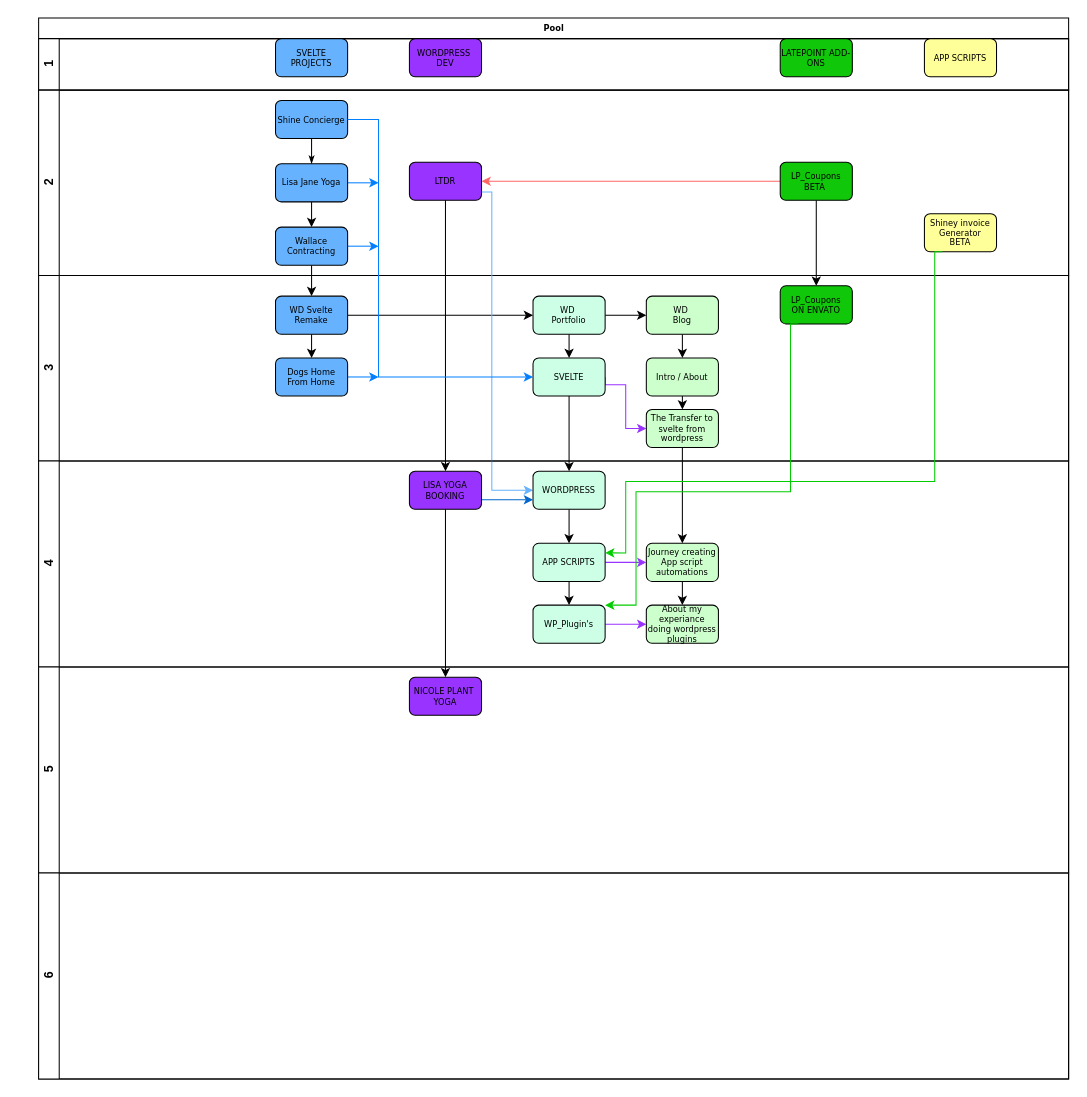
The draw.io diagram Untitled Diagram.drawio in weedavedev/pathway, before the edit. Source tidied: cells renumbered, new cells numbered last; positions are measured from the earlier drawing's top-left corner, leaving out a move shared by most shapes. Both pictures are drawn from the tidied source at 103%, with x=0, y=0 at pixel (38, 18).
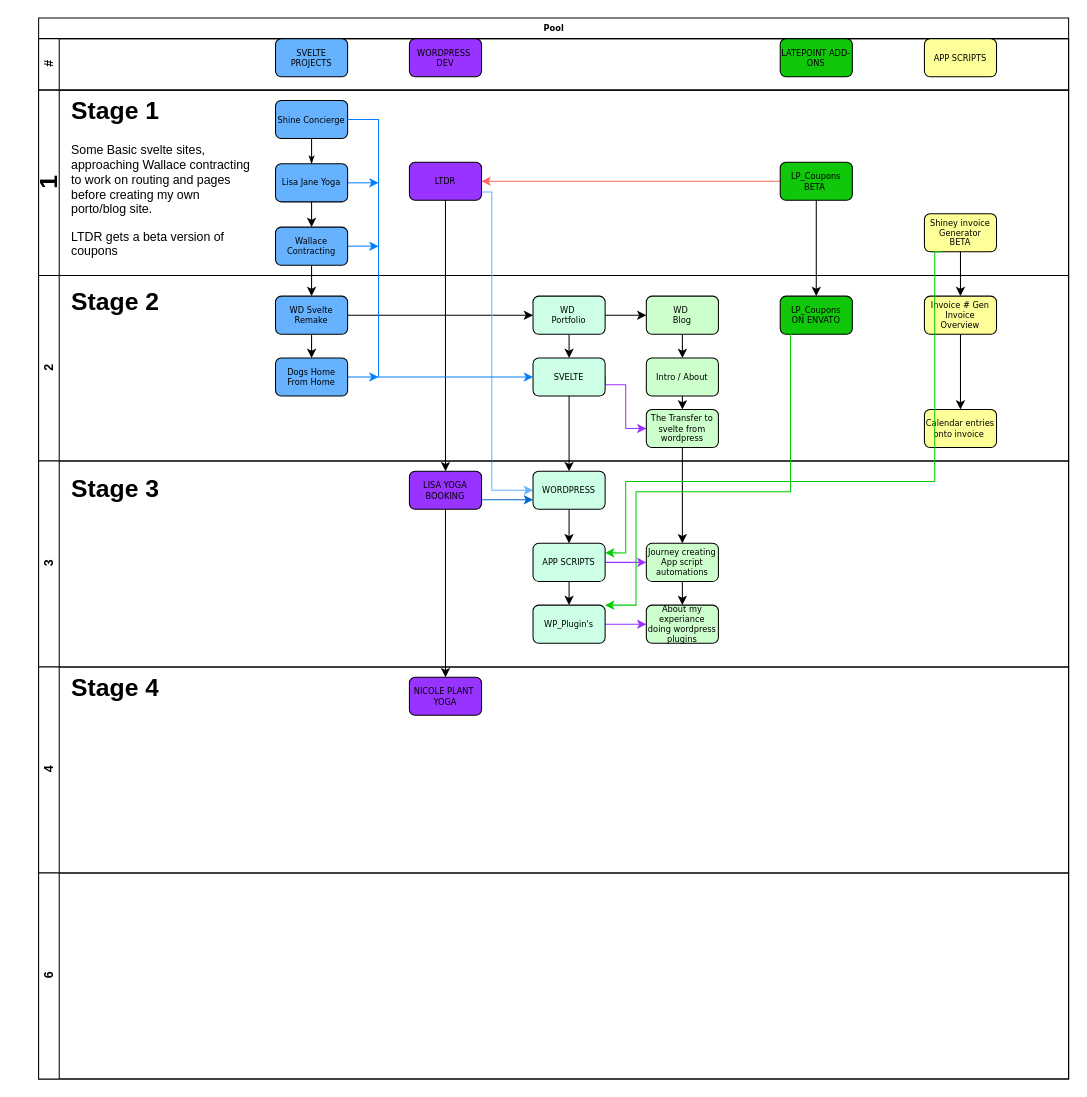
The same page after the edit.

Commit message:
Added about section for each stage

Unchanged cells that the change refers to:
```xml
<mxCell id="2" value="Pool" style="swimlane;html=1;horizontal=1;startSize=20;rounded=0;shadow=0;labelBackgroundColor=none;strokeWidth=1;fontFamily=Verdana;fontSize=8;align=center;" parent="1" vertex="1">
  <mxGeometry width="1000" height="1030" as="geometry" />
</mxCell>
<mxCell id="17" value="Shiney invoice Generator&lt;br&gt;BETA" style="rounded=1;whiteSpace=wrap;html=1;shadow=0;labelBackgroundColor=none;strokeWidth=1;fontFamily=Verdana;fontSize=8;align=center;fillColor=#FFFF99;" parent="10" vertex="1">
  <mxGeometry x="860" y="120" width="70" height="37" as="geometry" />
</mxCell>
```

Change to the diagram source:
```diff
@@
-    <mxCell id="3" value="1" style="swimlane;html=1;startSize=20;horizontal=0;" parent="2" vertex="1">
+    <mxCell id="3" value="#" style="swimlane;html=1;startSize=20;horizontal=0;" parent="2" vertex="1">
       <mxGeometry y="20" width="1000" height="50" as="geometry" />
     </mxCell>
@@
-    <mxCell id="10" value="2" style="swimlane;html=1;startSize=20;horizontal=0;" parent="2" vertex="1">
+    <mxCell id="10" value="&lt;h1&gt;1&lt;/h1&gt;" style="swimlane;html=1;startSize=20;horizontal=0;" parent="2" vertex="1">
       <mxGeometry y="70" width="1000" height="180" as="geometry" />
     </mxCell>
@@
+    <mxCell id="66" value="&lt;h1 style=&quot;margin-top: 0px;&quot;&gt;Stage 1&lt;/h1&gt;&lt;p&gt;Some Basic svelte sites, approaching Wallace contracting to work on routing and pages before creating my own porto/blog site.&amp;nbsp;&lt;/p&gt;&lt;p&gt;LTDR gets a beta version of coupons&amp;nbsp;&lt;br&gt;&lt;br&gt;&lt;br&gt;&lt;/p&gt;" style="text;html=1;whiteSpace=wrap;overflow=hidden;rounded=0;" parent="10" vertex="1">
+      <mxGeometry x="30" width="180" height="170" as="geometry" />
+    </mxCell>
-    <mxCell id="22" value="3" style="swimlane;html=1;startSize=20;horizontal=0;" parent="2" vertex="1">
+    <mxCell id="22" value="2" style="swimlane;html=1;startSize=20;horizontal=0;" parent="2" vertex="1">
       <mxGeometry y="250" width="1000" height="180" as="geometry" />
     </mxCell>
@@
     <mxCell id="35" value="LP_Coupons&lt;br&gt;ON ENVATO" style="rounded=1;whiteSpace=wrap;html=1;shadow=0;labelBackgroundColor=none;strokeWidth=1;fontFamily=Verdana;fontSize=8;align=center;fillColor=#10C70A;" parent="22" vertex="1">
-      <mxGeometry x="720" y="10" width="70" height="37" as="geometry" />
+      <mxGeometry x="720" y="20" width="70" height="37" as="geometry" />
     </mxCell>
@@
+    <mxCell id="67" style="edgeStyle=orthogonalEdgeStyle;rounded=0;jettySize=auto;html=1;" parent="22" edge="1" source="68" target="69">
+      <mxGeometry relative="1" as="geometry" />
+    </mxCell>
+    <mxCell id="68" value="Invoice # Gen&lt;br&gt;Invoice Overview" style="rounded=1;whiteSpace=wrap;html=1;shadow=0;labelBackgroundColor=none;strokeWidth=1;fontFamily=Verdana;fontSize=8;align=center;fillColor=#FFFF99;" parent="22" vertex="1">
+      <mxGeometry x="860" y="20" width="70" height="37" as="geometry" />
+    </mxCell>
+    <mxCell id="69" value="Calendar entries onto invoice&amp;nbsp;" style="rounded=1;whiteSpace=wrap;html=1;shadow=0;labelBackgroundColor=none;strokeWidth=1;fontFamily=Verdana;fontSize=8;align=center;fillColor=#FFFF99;" parent="22" vertex="1">
+      <mxGeometry x="860" y="130" width="70" height="37" as="geometry" />
+    </mxCell>
+    <mxCell id="70" value="&lt;h1 style=&quot;margin-top: 0px;&quot;&gt;Stage 2&lt;/h1&gt;&lt;p&gt;&lt;br&gt;&lt;/p&gt;&lt;p&gt;&lt;br&gt;&lt;br&gt;&lt;/p&gt;" style="text;html=1;whiteSpace=wrap;overflow=hidden;rounded=0;" parent="22" vertex="1">
+      <mxGeometry x="30" y="5" width="180" height="170" as="geometry" />
+    </mxCell>
@@
-    <mxCell id="40" value="4" style="swimlane;html=1;startSize=20;horizontal=0;" parent="2" vertex="1">
+    <mxCell id="40" value="3" style="swimlane;html=1;startSize=20;horizontal=0;" parent="2" vertex="1">
       <mxGeometry y="430" width="1000" height="200" as="geometry" />
     </mxCell>
@@
+    <mxCell id="71" value="&lt;h1 style=&quot;margin-top: 0px;&quot;&gt;Stage 3&lt;/h1&gt;&lt;p&gt;&lt;br&gt;&lt;/p&gt;&lt;p&gt;&lt;br&gt;&lt;br&gt;&lt;/p&gt;" style="text;html=1;whiteSpace=wrap;overflow=hidden;rounded=0;" parent="40" vertex="1">
+      <mxGeometry x="30" y="7" width="180" height="170" as="geometry" />
+    </mxCell>
@@
-    <mxCell id="59" value="5" style="swimlane;html=1;startSize=20;horizontal=0;" parent="2" vertex="1">
+    <mxCell id="59" value="4" style="swimlane;html=1;startSize=20;horizontal=0;" parent="2" vertex="1">
       <mxGeometry y="630" width="1000" height="200" as="geometry" />
     </mxCell>
@@
+    <mxCell id="72" value="&lt;h1 style=&quot;margin-top: 0px;&quot;&gt;Stage 4&lt;/h1&gt;&lt;p&gt;&lt;br&gt;&lt;/p&gt;&lt;p&gt;&lt;br&gt;&lt;br&gt;&lt;/p&gt;" style="text;html=1;whiteSpace=wrap;overflow=hidden;rounded=0;" parent="59" vertex="1">
+      <mxGeometry x="30" width="180" height="170" as="geometry" />
+    </mxCell>
@@
+    <mxCell id="73" style="edgeStyle=orthogonalEdgeStyle;rounded=0;jettySize=auto;html=1;" parent="2" edge="1" source="17" target="68">
+      <mxGeometry relative="1" as="geometry" />
+    </mxCell>
```
